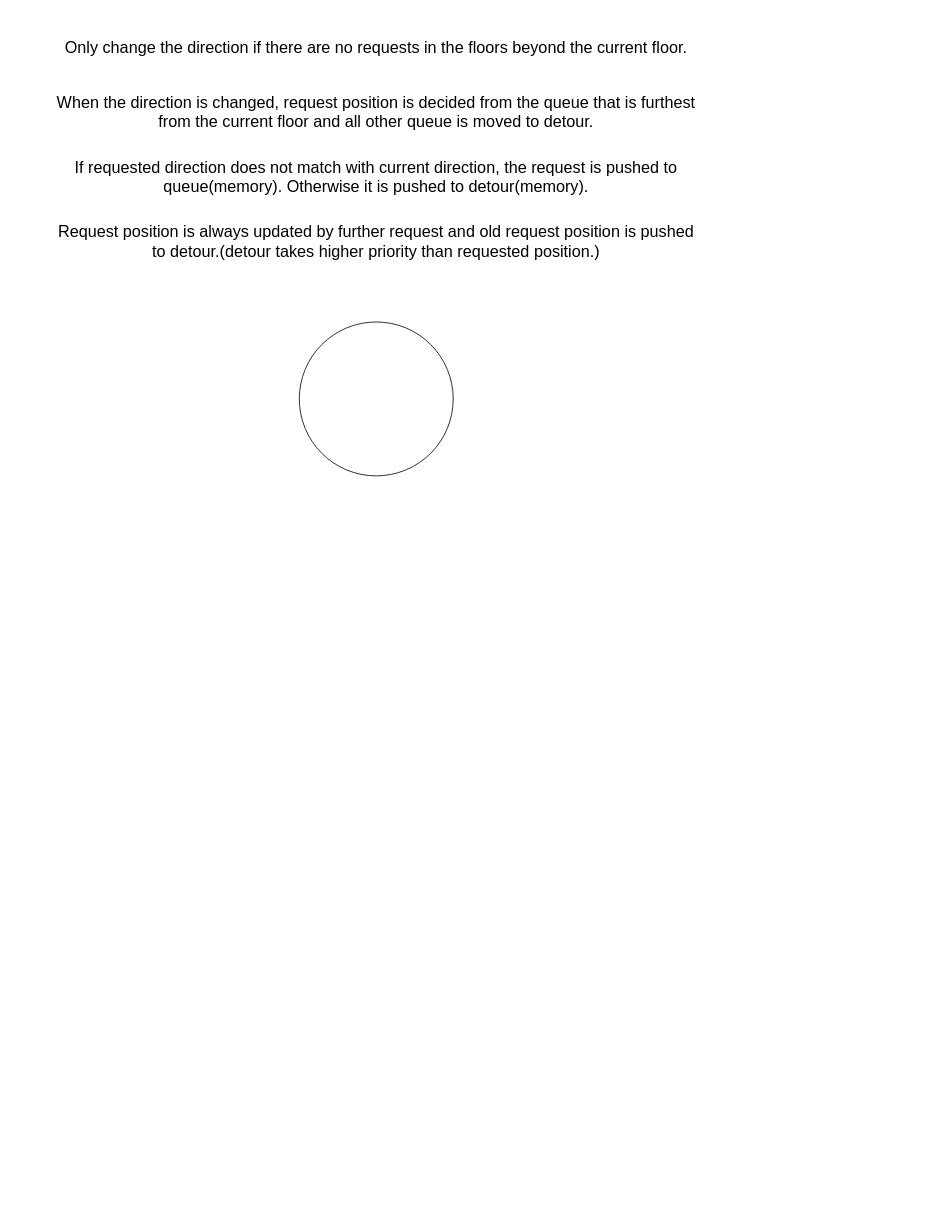
The draw.io diagram Algorithm.drawio in lkw56/Elevator, before the edit. Source tidied: cells renumbered, new cells numbered last; positions are measured from the earlier drawing's top-left corner, leaving out a move shared by most shapes. Both pictures are drawn from the tidied source at 81%, with x=0, y=0 at pixel (52, 14).
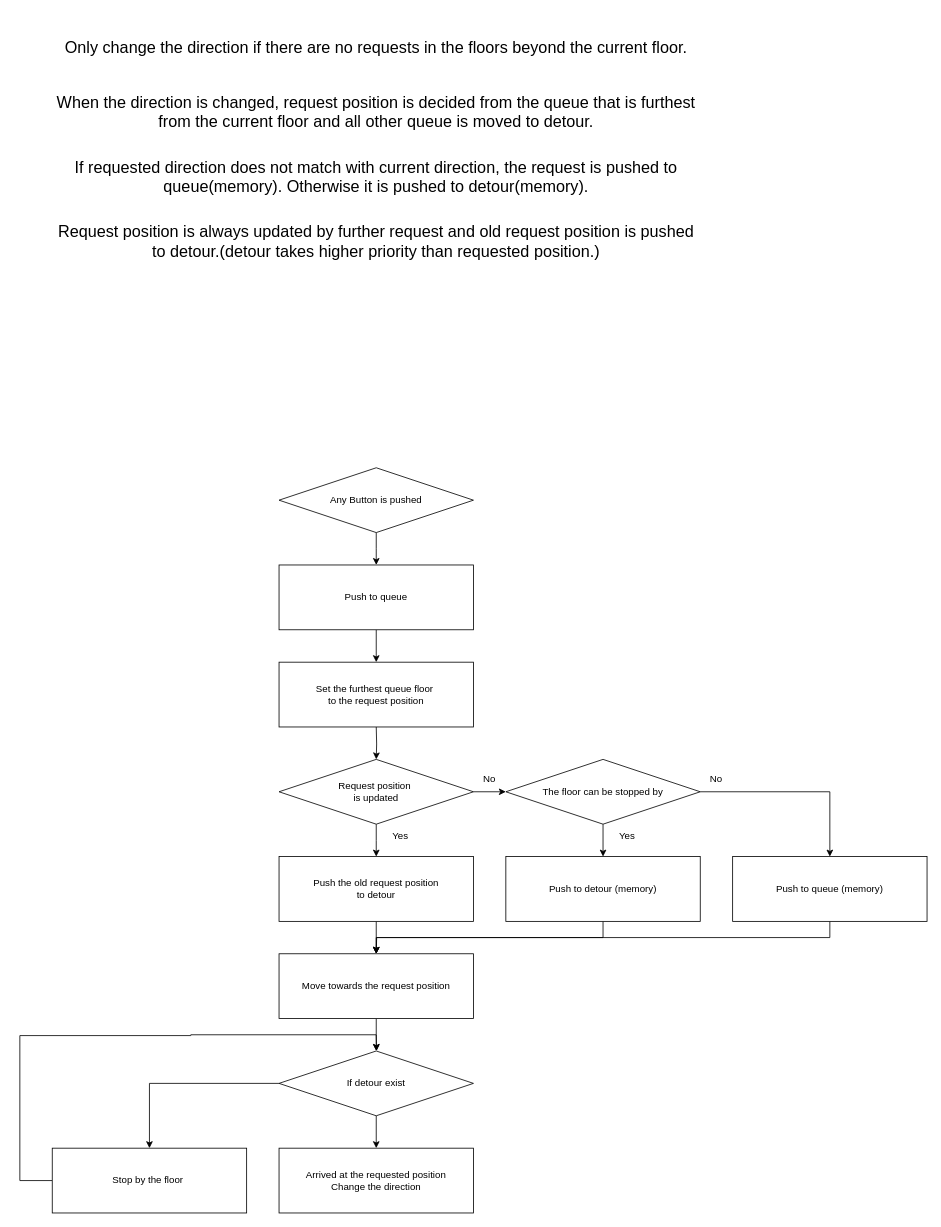
The same page after the edit.

Commit message (it also covers changes not shown here):
Algorithm.drawio を更新します

Change to the diagram source:
```diff
@@
-    <mxCell id="6" style="ellipse;whiteSpace=wrap;html=1;" parent="1" vertex="1">
-      <mxGeometry x="305" y="380" width="190" height="190" as="geometry" />
-    </mxCell>
+    <mxCell id="7" style="edgeStyle=orthogonalEdgeStyle;rounded=0;jettySize=auto;html=1;exitX=0.5;exitY=1;exitDx=0;exitDy=0;entryX=0.5;entryY=0;entryDx=0;entryDy=0;" parent="1" edge="1" target="10">
+      <mxGeometry relative="1" as="geometry">
+        <mxPoint x="400" y="880" as="sourcePoint" />
+      </mxGeometry>
+    </mxCell>
+    <mxCell id="8" style="edgeStyle=orthogonalEdgeStyle;rounded=0;jettySize=auto;html=1;exitX=0.5;exitY=1;exitDx=0;exitDy=0;entryX=0.5;entryY=0;entryDx=0;entryDy=0;" parent="1" edge="1" source="10">
+      <mxGeometry relative="1" as="geometry">
+        <mxPoint x="400" y="1040" as="targetPoint" />
+      </mxGeometry>
+    </mxCell>
+    <mxCell id="9" style="edgeStyle=orthogonalEdgeStyle;rounded=0;jettySize=auto;html=1;exitX=1;exitY=0.5;exitDx=0;exitDy=0;" parent="1" edge="1" source="10" target="13">
+      <mxGeometry relative="1" as="geometry" />
+    </mxCell>
+    <mxCell id="10" value="Request position&amp;nbsp;&lt;br&gt;is updated" style="rhombus;whiteSpace=wrap;html=1;" parent="1" vertex="1">
+      <mxGeometry x="280" y="920" width="240" height="80" as="geometry" />
+    </mxCell>
+    <mxCell id="11" style="edgeStyle=orthogonalEdgeStyle;rounded=0;jettySize=auto;html=1;exitX=0.5;exitY=1;exitDx=0;exitDy=0;entryX=0.5;entryY=0;entryDx=0;entryDy=0;" parent="1" edge="1" source="13" target="15">
+      <mxGeometry relative="1" as="geometry" />
+    </mxCell>
+    <mxCell id="12" style="edgeStyle=orthogonalEdgeStyle;rounded=0;jettySize=auto;html=1;exitX=1;exitY=0.5;exitDx=0;exitDy=0;" parent="1" edge="1" source="13" target="17">
+      <mxGeometry relative="1" as="geometry" />
+    </mxCell>
+    <mxCell id="13" value="The floor can be stopped by" style="rhombus;whiteSpace=wrap;html=1;" parent="1" vertex="1">
+      <mxGeometry x="560" y="920" width="240" height="80" as="geometry" />
+    </mxCell>
+    <mxCell id="14" style="edgeStyle=orthogonalEdgeStyle;rounded=0;jettySize=auto;html=1;exitX=0.5;exitY=1;exitDx=0;exitDy=0;entryX=0.5;entryY=0;entryDx=0;entryDy=0;" parent="1" edge="1" source="15" target="31">
+      <mxGeometry relative="1" as="geometry" />
+    </mxCell>
+    <mxCell id="15" value="Push to detour (memory)" style="rounded=0;whiteSpace=wrap;html=1;" parent="1" vertex="1">
+      <mxGeometry x="560" y="1040" width="240" height="80" as="geometry" />
+    </mxCell>
+    <mxCell id="16" style="edgeStyle=orthogonalEdgeStyle;rounded=0;jettySize=auto;html=1;exitX=0.5;exitY=1;exitDx=0;exitDy=0;" parent="1" edge="1" source="17">
+      <mxGeometry relative="1" as="geometry">
+        <mxPoint x="400" y="1160" as="targetPoint" />
+      </mxGeometry>
+    </mxCell>
+    <mxCell id="17" value="Push to queue (memory)" style="rounded=0;whiteSpace=wrap;html=1;" parent="1" vertex="1">
+      <mxGeometry x="840" y="1040" width="240" height="80" as="geometry" />
+    </mxCell>
+    <mxCell id="18" value="No" style="text;html=1;strokeColor=none;fillColor=none;align=center;verticalAlign=middle;whiteSpace=wrap;rounded=0;" parent="1" vertex="1">
+      <mxGeometry x="790" y="930" width="60" height="30" as="geometry" />
+    </mxCell>
+    <mxCell id="19" value="Yes" style="text;html=1;strokeColor=none;fillColor=none;align=center;verticalAlign=middle;whiteSpace=wrap;rounded=0;" parent="1" vertex="1">
+      <mxGeometry x="680" y="1000" width="60" height="30" as="geometry" />
+    </mxCell>
+    <mxCell id="20" style="edgeStyle=orthogonalEdgeStyle;rounded=0;jettySize=auto;html=1;exitX=0.5;exitY=1;exitDx=0;exitDy=0;entryX=0.5;entryY=0;entryDx=0;entryDy=0;" parent="1" edge="1" source="21" target="31">
+      <mxGeometry relative="1" as="geometry" />
+    </mxCell>
+    <mxCell id="21" value="Push the old request position&lt;br&gt;to detour" style="rounded=0;whiteSpace=wrap;html=1;" parent="1" vertex="1">
+      <mxGeometry x="280" y="1040" width="240" height="80" as="geometry" />
+    </mxCell>
+    <mxCell id="22" value="No" style="text;html=1;strokeColor=none;fillColor=none;align=center;verticalAlign=middle;whiteSpace=wrap;rounded=0;" parent="1" vertex="1">
+      <mxGeometry x="510" y="930" width="60" height="30" as="geometry" />
+    </mxCell>
+    <mxCell id="23" value="Yes" style="text;html=1;strokeColor=none;fillColor=none;align=center;verticalAlign=middle;whiteSpace=wrap;rounded=0;" parent="1" vertex="1">
+      <mxGeometry x="400" y="1000" width="60" height="30" as="geometry" />
+    </mxCell>
+    <mxCell id="24" style="edgeStyle=orthogonalEdgeStyle;rounded=0;jettySize=auto;html=1;exitX=0;exitY=0.5;exitDx=0;exitDy=0;entryX=0.5;entryY=0;entryDx=0;entryDy=0;" parent="1" edge="1" source="26" target="28">
+      <mxGeometry relative="1" as="geometry" />
+    </mxCell>
+    <mxCell id="25" style="edgeStyle=orthogonalEdgeStyle;rounded=0;jettySize=auto;html=1;exitX=0.5;exitY=1;exitDx=0;exitDy=0;entryX=0.5;entryY=0;entryDx=0;entryDy=0;" parent="1" edge="1" source="26" target="29">
+      <mxGeometry relative="1" as="geometry" />
+    </mxCell>
+    <mxCell id="26" value="If detour exist" style="rhombus;whiteSpace=wrap;html=1;" parent="1" vertex="1">
+      <mxGeometry x="280" y="1280" width="240" height="80" as="geometry" />
+    </mxCell>
+    <mxCell id="27" style="edgeStyle=orthogonalEdgeStyle;rounded=0;jettySize=auto;html=1;exitX=0;exitY=0.5;exitDx=0;exitDy=0;entryX=0.5;entryY=0;entryDx=0;entryDy=0;" parent="1" edge="1" source="28" target="26">
+      <mxGeometry relative="1" as="geometry">
+        <Array as="points">
+          <mxPoint x="-40" y="1440" />
+          <mxPoint x="-40" y="1261" />
+          <mxPoint x="171" y="1261" />
+          <mxPoint x="400" y="1260" />
+        </Array>
+      </mxGeometry>
+    </mxCell>
+    <mxCell id="28" value="Stop by the floor&amp;nbsp;" style="rounded=0;whiteSpace=wrap;html=1;" parent="1" vertex="1">
+      <mxGeometry y="1400" width="240" height="80" as="geometry" />
+    </mxCell>
+    <mxCell id="29" value="Arrived at the requested position&lt;br&gt;Change the direction" style="rounded=0;whiteSpace=wrap;html=1;" parent="1" vertex="1">
+      <mxGeometry x="280" y="1400" width="240" height="80" as="geometry" />
+    </mxCell>
+    <mxCell id="30" style="edgeStyle=orthogonalEdgeStyle;rounded=0;jettySize=auto;html=1;exitX=0.5;exitY=1;exitDx=0;exitDy=0;" parent="1" edge="1" source="31">
+      <mxGeometry relative="1" as="geometry">
+        <mxPoint x="400.4" y="1280" as="targetPoint" />
+      </mxGeometry>
+    </mxCell>
+    <mxCell id="31" value="Move towards the request position" style="rounded=0;whiteSpace=wrap;html=1;" parent="1" vertex="1">
+      <mxGeometry x="280" y="1160" width="240" height="80" as="geometry" />
+    </mxCell>
+    <mxCell id="32" value="Set the furthest queue floor&amp;nbsp;&lt;br&gt;to the request position" style="rounded=0;whiteSpace=wrap;html=1;" parent="1" vertex="1">
+      <mxGeometry x="280" y="800" width="240" height="80" as="geometry" />
+    </mxCell>
+    <mxCell id="33" style="edgeStyle=orthogonalEdgeStyle;rounded=0;jettySize=auto;html=1;exitX=0.5;exitY=1;exitDx=0;exitDy=0;entryX=0.5;entryY=0;entryDx=0;entryDy=0;" parent="1" edge="1" source="34">
+      <mxGeometry relative="1" as="geometry">
+        <mxPoint x="400" y="680" as="targetPoint" />
+      </mxGeometry>
+    </mxCell>
+    <mxCell id="34" value="Any Button is pushed" style="rhombus;whiteSpace=wrap;html=1;" parent="1" vertex="1">
+      <mxGeometry x="280" y="560" width="240" height="80" as="geometry" />
+    </mxCell>
+    <mxCell id="35" style="edgeStyle=orthogonalEdgeStyle;rounded=0;jettySize=auto;html=1;exitX=0.5;exitY=1;exitDx=0;exitDy=0;entryX=0.5;entryY=0;entryDx=0;entryDy=0;" parent="1" edge="1" source="36" target="32">
+      <mxGeometry relative="1" as="geometry" />
+    </mxCell>
+    <mxCell id="36" value="Push to queue" style="rounded=0;whiteSpace=wrap;html=1;" parent="1" vertex="1">
+      <mxGeometry x="280" y="680" width="240" height="80" as="geometry" />
+    </mxCell>
```
